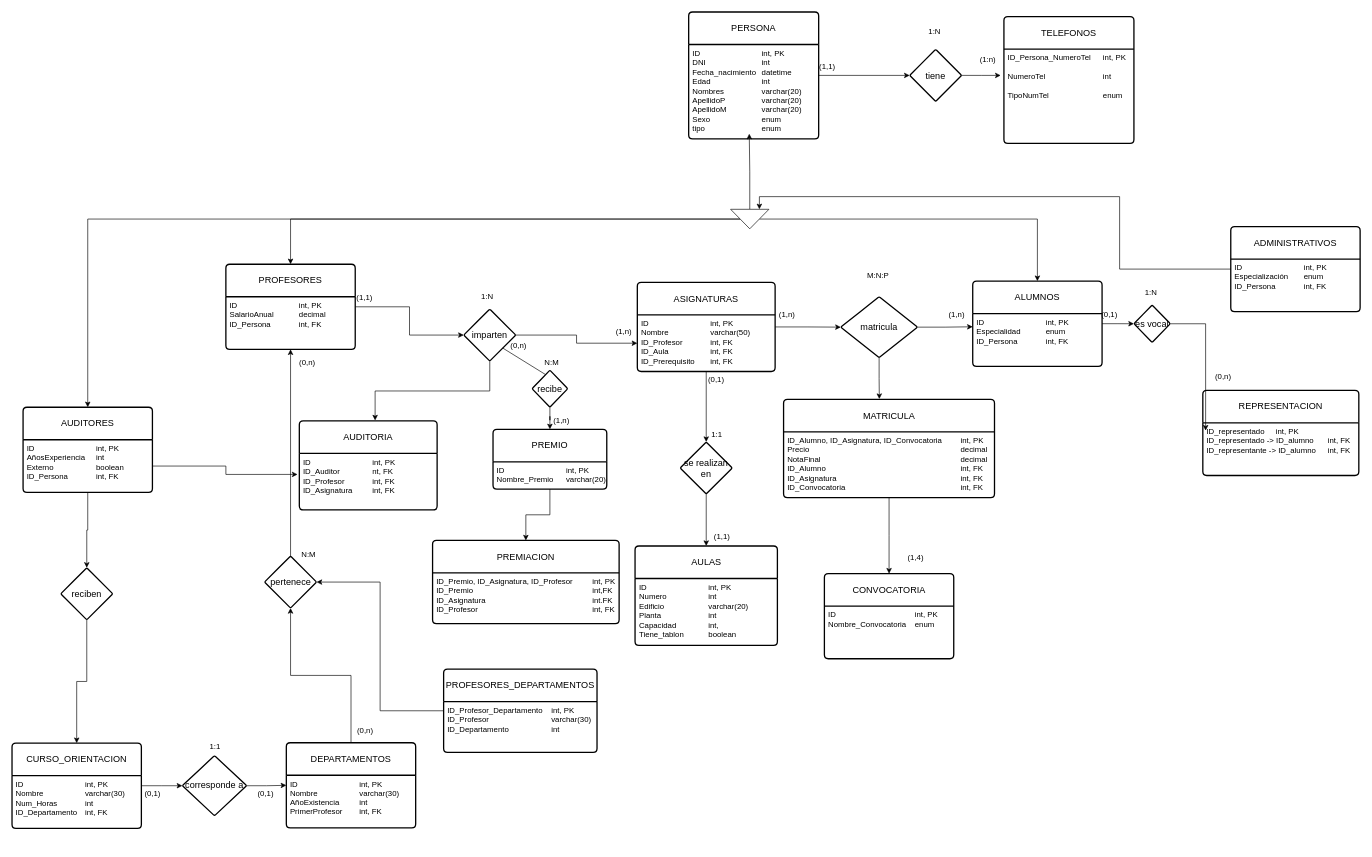
The draw.io diagram ModeloRelacional-Proyecto1.drawio in carlospomadev/Base_de_datos, before the edit. Source tidied: cells renumbered, new cells numbered last; positions are measured from the earlier drawing's top-left corner, leaving out a move shared by most shapes. Both pictures are drawn from the tidied source at 65%, with x=0, y=0 at pixel (12, 12).
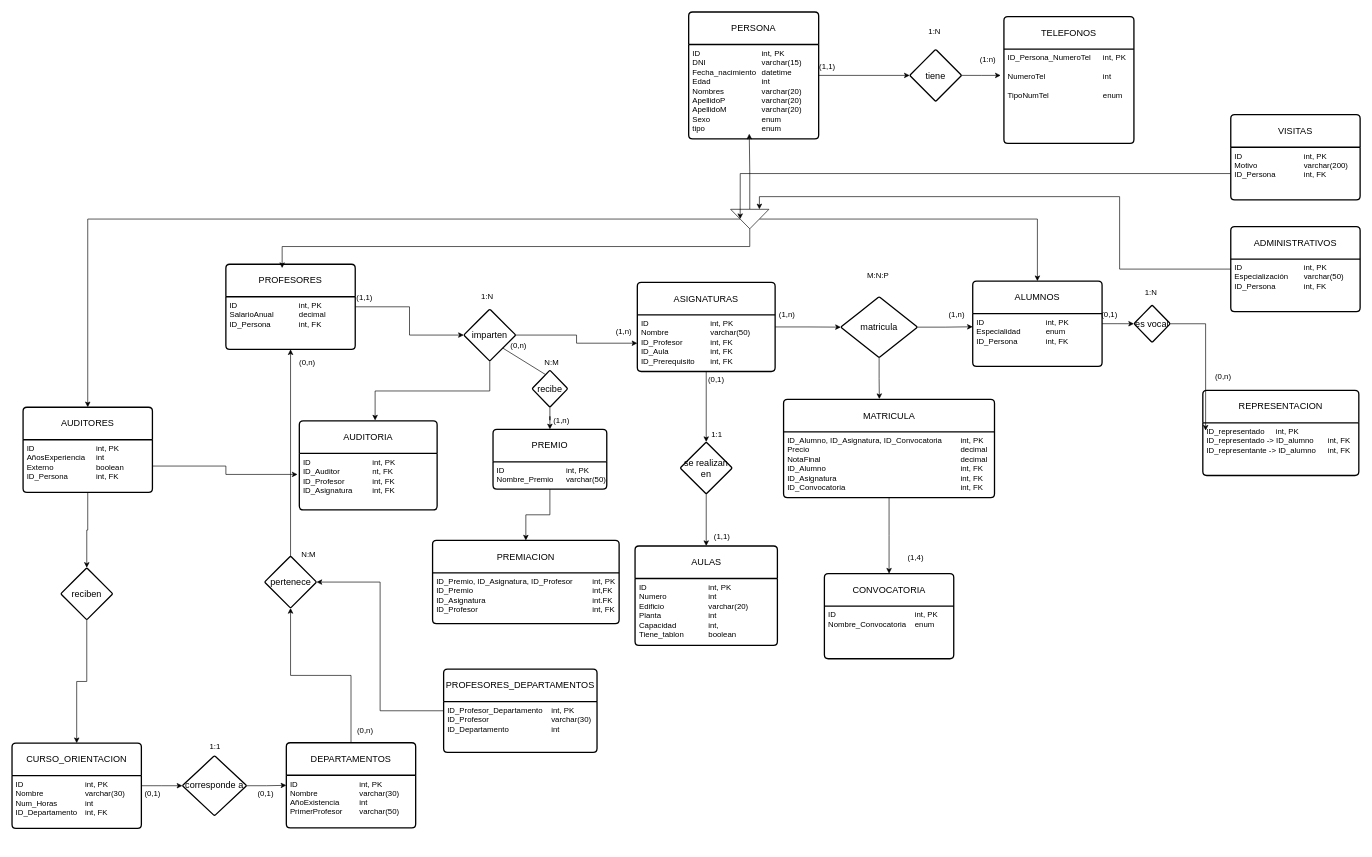
Above is the later version.

The change refers to these unchanged cells:
```xml
<mxCell id="3" value="PERSONA" style="swimlane;horizontal=1;startSize=50;rounded=1;fontSize=14;fontStyle=0;strokeWidth=2;shadow=0;dashed=0;align=center;arcSize=4;whiteSpace=wrap;html=1;" parent="1" vertex="1">
  <mxGeometry x="1041" width="200" height="195" as="geometry" />
</mxCell>
<mxCell id="19" style="triangle;whiteSpace=wrap;html=1;rotation=90;" parent="1" vertex="1">
  <mxGeometry x="1120" y="289" width="30" height="59" as="geometry" />
</mxCell>
<mxCell id="21" value="PROFESORES" style="swimlane;horizontal=1;startSize=50;rounded=1;fontSize=14;fontStyle=0;strokeWidth=2;shadow=0;dashed=0;align=center;arcSize=4;whiteSpace=wrap;html=1;" parent="1" vertex="1">
  <mxGeometry x="329" y="388" width="199" height="131" as="geometry" />
</mxCell>
<mxCell id="27" value="ADMINISTRATIVOS" style="swimlane;horizontal=1;startSize=50;rounded=1;fontSize=14;fontStyle=0;strokeWidth=2;shadow=0;dashed=0;align=center;arcSize=4;whiteSpace=wrap;html=1;" parent="1" vertex="1">
  <mxGeometry x="1875" y="330" width="199" height="131" as="geometry" />
</mxCell>
<mxCell id="35" value="DEPARTAMENTOS" style="swimlane;horizontal=1;startSize=50;rounded=1;fontSize=14;fontStyle=0;strokeWidth=2;shadow=0;dashed=0;align=center;arcSize=4;whiteSpace=wrap;html=1;" parent="1" vertex="1">
  <mxGeometry x="422" y="1124.2" width="199" height="131" as="geometry" />
</mxCell>
<mxCell id="88" value="PREMIO" style="swimlane;horizontal=1;startSize=50;rounded=1;fontSize=14;fontStyle=0;strokeWidth=2;shadow=0;dashed=0;align=center;arcSize=4;whiteSpace=wrap;html=1;" parent="1" vertex="1">
  <mxGeometry x="740" y="642" width="175" height="92" as="geometry" />
</mxCell>
```

The edit, as a diff of the source:
```diff
@@
-    <mxCell id="4" value="ID&lt;span style=&quot;white-space: pre;&quot;&gt;&#9;&lt;/span&gt;&lt;span style=&quot;white-space: pre;&quot;&gt;&#9;&lt;/span&gt;&lt;span style=&quot;white-space: pre;&quot;&gt;&#9;&lt;/span&gt;&lt;span style=&quot;white-space: pre;&quot;&gt;&#9;&lt;/span&gt;int, PK&lt;div&gt;DNI&lt;span style=&quot;white-space: pre;&quot;&gt;&#9;&lt;/span&gt;&lt;span style=&quot;white-space: pre;&quot;&gt;&#9;&lt;/span&gt;&lt;span style=&quot;white-space: pre;&quot;&gt;&#9;&lt;/span&gt;&lt;span style=&quot;white-space: pre;&quot;&gt;&#9;&lt;/span&gt;int&lt;/div&gt;&lt;div&gt;Fecha_nacimiento&lt;span style=&quot;white-space: pre;&quot;&gt;&#9;&lt;/span&gt;datetime&lt;/div&gt;&lt;div&gt;Edad&lt;span style=&quot;white-space: pre;&quot;&gt;&#9;&lt;/span&gt;&lt;span style=&quot;white-space: pre;&quot;&gt;&#9;&lt;/span&gt;&lt;span style=&quot;white-space: pre;&quot;&gt;&#9;&lt;/span&gt;int&lt;/div&gt;&lt;div&gt;Nombres&lt;span style=&quot;white-space: pre;&quot;&gt;&#9;&lt;/span&gt;&lt;span style=&quot;white-space: pre;&quot;&gt;&#9;&lt;/span&gt;&lt;span style=&quot;white-space: pre;&quot;&gt;&#9;&lt;/span&gt;varchar(20)&lt;/div&gt;&lt;div&gt;ApellidoP&lt;span style=&quot;white-space: pre;&quot;&gt;&#9;&lt;/span&gt;&lt;span style=&quot;white-space: pre;&quot;&gt;&#9;&lt;/span&gt;&lt;span style=&quot;white-space: pre;&quot;&gt;&#9;&lt;/span&gt;varchar(20)&lt;/div&gt;&lt;div&gt;ApellidoM&lt;span style=&quot;white-space: pre;&quot;&gt;&#9;&lt;/span&gt;&lt;span style=&quot;white-space: pre;&quot;&gt;&#9;&lt;/span&gt;varchar(20)&lt;/div&gt;&lt;div&gt;Sexo&lt;span style=&quot;white-space: pre;&quot;&gt;&#9;&lt;/span&gt;&lt;span style=&quot;white-space: pre;&quot;&gt;&#9;&lt;/span&gt;&lt;span style=&quot;white-space: pre;&quot;&gt;&#9;&lt;/span&gt;enum&lt;/div&gt;&lt;div&gt;tipo&lt;span style=&quot;white-space: pre;&quot;&gt;&#9;&lt;/span&gt;&lt;span style=&quot;white-space: pre;&quot;&gt;&#9;&lt;/span&gt;&lt;span style=&quot;white-space: pre;&quot;&gt;&#9;&lt;/span&gt;&lt;span style=&quot;white-space: pre;&quot;&gt;&#9;&lt;/span&gt;enum&lt;/div&gt;&lt;div&gt;&lt;br&gt;&lt;/div&gt;&lt;div&gt;&lt;br&gt;&lt;/div&gt;&lt;div&gt;&lt;br&gt;&lt;/div&gt;" style="align=left;strokeColor=none;fillColor=none;spacingLeft=4;spacingRight=4;fontSize=12;verticalAlign=top;html=1;whiteSpace=wrap;" parent="3" vertex="1">
+    <mxCell id="4" value="ID&lt;span style=&quot;white-space: pre;&quot;&gt;&#9;&lt;/span&gt;&lt;span style=&quot;white-space: pre;&quot;&gt;&#9;&lt;/span&gt;&lt;span style=&quot;white-space: pre;&quot;&gt;&#9;&lt;/span&gt;&lt;span style=&quot;white-space: pre;&quot;&gt;&#9;&lt;/span&gt;int, PK&lt;div&gt;DNI&lt;span style=&quot;white-space: pre;&quot;&gt;&#9;&lt;/span&gt;&lt;span style=&quot;white-space: pre;&quot;&gt;&#9;&lt;/span&gt;&lt;span style=&quot;white-space: pre;&quot;&gt;&#9;&lt;/span&gt;&lt;span style=&quot;white-space: pre;&quot;&gt;&#9;&lt;/span&gt;varchar(15)&lt;/div&gt;&lt;div&gt;Fecha_nacimiento&lt;span style=&quot;white-space: pre;&quot;&gt;&#9;&lt;/span&gt;datetime&lt;/div&gt;&lt;div&gt;Edad&lt;span style=&quot;white-space: pre;&quot;&gt;&#9;&lt;/span&gt;&lt;span style=&quot;white-space: pre;&quot;&gt;&#9;&lt;/span&gt;&lt;span style=&quot;white-space: pre;&quot;&gt;&#9;&lt;/span&gt;int&lt;/div&gt;&lt;div&gt;Nombres&lt;span style=&quot;white-space: pre;&quot;&gt;&#9;&lt;/span&gt;&lt;span style=&quot;white-space: pre;&quot;&gt;&#9;&lt;/span&gt;&lt;span style=&quot;white-space: pre;&quot;&gt;&#9;&lt;/span&gt;varchar(20)&lt;/div&gt;&lt;div&gt;ApellidoP&lt;span style=&quot;white-space: pre;&quot;&gt;&#9;&lt;/span&gt;&lt;span style=&quot;white-space: pre;&quot;&gt;&#9;&lt;/span&gt;&lt;span style=&quot;white-space: pre;&quot;&gt;&#9;&lt;/span&gt;varchar(20)&lt;/div&gt;&lt;div&gt;ApellidoM&lt;span style=&quot;white-space: pre;&quot;&gt;&#9;&lt;/span&gt;&lt;span style=&quot;white-space: pre;&quot;&gt;&#9;&lt;/span&gt;varchar(20)&lt;/div&gt;&lt;div&gt;Sexo&lt;span style=&quot;white-space: pre;&quot;&gt;&#9;&lt;/span&gt;&lt;span style=&quot;white-space: pre;&quot;&gt;&#9;&lt;/span&gt;&lt;span style=&quot;white-space: pre;&quot;&gt;&#9;&lt;/span&gt;enum&lt;/div&gt;&lt;div&gt;tipo&lt;span style=&quot;white-space: pre;&quot;&gt;&#9;&lt;/span&gt;&lt;span style=&quot;white-space: pre;&quot;&gt;&#9;&lt;/span&gt;&lt;span style=&quot;white-space: pre;&quot;&gt;&#9;&lt;/span&gt;&lt;span style=&quot;white-space: pre;&quot;&gt;&#9;&lt;/span&gt;enum&lt;/div&gt;&lt;div&gt;&lt;br&gt;&lt;/div&gt;&lt;div&gt;&lt;br&gt;&lt;/div&gt;&lt;div&gt;&lt;br&gt;&lt;/div&gt;" style="align=left;strokeColor=none;fillColor=none;spacingLeft=4;spacingRight=4;fontSize=12;verticalAlign=top;html=1;whiteSpace=wrap;" parent="3" vertex="1">
       <mxGeometry y="50" width="200" height="145" as="geometry" />
     </mxCell>
@@
-    <mxCell id="16" style="edgeStyle=orthogonalEdgeStyle;rounded=0;jettySize=auto;html=1;" parent="1" edge="1" source="19" target="21">
-      <mxGeometry relative="1" as="geometry" />
-    </mxCell>
@@
-    <mxCell id="28" value="ID&lt;span style=&quot;white-space: pre;&quot;&gt;&#9;&lt;/span&gt;&lt;span style=&quot;white-space: pre;&quot;&gt;&#9;&lt;span style=&quot;white-space: pre;&quot;&gt;&#9;&lt;/span&gt;&lt;span style=&quot;white-space: pre;&quot;&gt;&#9;&lt;/span&gt;&lt;/span&gt;int, PK&lt;div&gt;Especialización&lt;span style=&quot;white-space: pre;&quot;&gt;&#9;&lt;/span&gt;enum&lt;/div&gt;&lt;div&gt;&lt;span style=&quot;background-color: transparent; color: light-dark(rgb(0, 0, 0), rgb(255, 255, 255));&quot;&gt;ID_Persona&lt;/span&gt;&lt;span style=&quot;background-color: transparent; color: light-dark(rgb(0, 0, 0), rgb(255, 255, 255)); white-space: pre;&quot;&gt;&#9;&lt;/span&gt;&lt;span style=&quot;background-color: transparent; color: light-dark(rgb(0, 0, 0), rgb(255, 255, 255)); white-space: pre;&quot;&gt;&#9;&lt;/span&gt;&lt;span style=&quot;background-color: transparent; color: light-dark(rgb(0, 0, 0), rgb(255, 255, 255));&quot;&gt;int, FK&lt;/span&gt;&lt;/div&gt;&lt;div&gt;&lt;br&gt;&lt;/div&gt;&lt;div&gt;&lt;br&gt;&lt;/div&gt;&lt;div&gt;&lt;br&gt;&lt;/div&gt;" style="align=left;strokeColor=none;fillColor=none;spacingLeft=4;spacingRight=4;fontSize=12;verticalAlign=top;html=1;whiteSpace=wrap;" parent="27" vertex="1">
+    <mxCell id="28" value="ID&lt;span style=&quot;white-space: pre;&quot;&gt;&#9;&lt;/span&gt;&lt;span style=&quot;white-space: pre;&quot;&gt;&#9;&lt;span style=&quot;white-space: pre;&quot;&gt;&#9;&lt;/span&gt;&lt;span style=&quot;white-space: pre;&quot;&gt;&#9;&lt;/span&gt;&lt;/span&gt;int, PK&lt;div&gt;Especialización&lt;span style=&quot;white-space: pre;&quot;&gt;&#9;&lt;/span&gt;varchar(50)&lt;/div&gt;&lt;div&gt;&lt;span style=&quot;background-color: transparent; color: light-dark(rgb(0, 0, 0), rgb(255, 255, 255));&quot;&gt;ID_Persona&lt;/span&gt;&lt;span style=&quot;background-color: transparent; color: light-dark(rgb(0, 0, 0), rgb(255, 255, 255)); white-space: pre;&quot;&gt;&#9;&lt;/span&gt;&lt;span style=&quot;background-color: transparent; color: light-dark(rgb(0, 0, 0), rgb(255, 255, 255)); white-space: pre;&quot;&gt;&#9;&lt;/span&gt;&lt;span style=&quot;background-color: transparent; color: light-dark(rgb(0, 0, 0), rgb(255, 255, 255));&quot;&gt;int, FK&lt;/span&gt;&lt;/div&gt;&lt;div&gt;&lt;br&gt;&lt;/div&gt;&lt;div&gt;&lt;br&gt;&lt;/div&gt;&lt;div&gt;&lt;br&gt;&lt;/div&gt;" style="align=left;strokeColor=none;fillColor=none;spacingLeft=4;spacingRight=4;fontSize=12;verticalAlign=top;html=1;whiteSpace=wrap;" parent="27" vertex="1">
       <mxGeometry y="50" width="199" height="81" as="geometry" />
     </mxCell>
@@
-    <mxCell id="36" value="ID&lt;span style=&quot;white-space: pre;&quot;&gt;&#9;&lt;/span&gt;&lt;span style=&quot;white-space: pre;&quot;&gt;&#9;&lt;span style=&quot;white-space: pre;&quot;&gt;&#9;&lt;/span&gt;&lt;span style=&quot;white-space: pre;&quot;&gt;&#9;&lt;/span&gt;&lt;/span&gt;int, PK&lt;div&gt;Nombre&lt;span style=&quot;white-space: pre;&quot;&gt;&#9;&lt;/span&gt;&lt;span style=&quot;white-space: pre;&quot;&gt;&#9;&lt;/span&gt;&lt;span style=&quot;white-space: pre;&quot;&gt;&#9;&lt;/span&gt;varchar(30)&lt;/div&gt;&lt;div&gt;AñoExistencia&lt;span style=&quot;white-space: pre;&quot;&gt;&#9;&lt;/span&gt;&lt;span style=&quot;white-space: pre;&quot;&gt;&#9;&lt;/span&gt;int&lt;/div&gt;&lt;div&gt;PrimerProfesor&lt;span style=&quot;white-space: pre;&quot;&gt;&#9;&lt;/span&gt;int, FK&lt;/div&gt;&lt;div&gt;&lt;br&gt;&lt;/div&gt;&lt;div&gt;&lt;br&gt;&lt;/div&gt;&lt;div&gt;&lt;br&gt;&lt;/div&gt;" style="align=left;strokeColor=none;fillColor=none;spacingLeft=4;spacingRight=4;fontSize=12;verticalAlign=top;html=1;whiteSpace=wrap;" parent="35" vertex="1">
+    <mxCell id="36" value="ID&lt;span style=&quot;white-space: pre;&quot;&gt;&#9;&lt;/span&gt;&lt;span style=&quot;white-space: pre;&quot;&gt;&#9;&lt;span style=&quot;white-space: pre;&quot;&gt;&#9;&lt;/span&gt;&lt;span style=&quot;white-space: pre;&quot;&gt;&#9;&lt;/span&gt;&lt;/span&gt;int, PK&lt;div&gt;Nombre&lt;span style=&quot;white-space: pre;&quot;&gt;&#9;&lt;/span&gt;&lt;span style=&quot;white-space: pre;&quot;&gt;&#9;&lt;/span&gt;&lt;span style=&quot;white-space: pre;&quot;&gt;&#9;&lt;/span&gt;varchar(30)&lt;/div&gt;&lt;div&gt;AñoExistencia&lt;span style=&quot;white-space: pre;&quot;&gt;&#9;&lt;/span&gt;&lt;span style=&quot;white-space: pre;&quot;&gt;&#9;&lt;/span&gt;int&lt;/div&gt;&lt;div&gt;PrimerProfesor&lt;span style=&quot;white-space: pre;&quot;&gt;&#9;&lt;/span&gt;varchar(50)&lt;/div&gt;&lt;div&gt;&lt;br&gt;&lt;/div&gt;&lt;div&gt;&lt;br&gt;&lt;/div&gt;&lt;div&gt;&lt;br&gt;&lt;/div&gt;" style="align=left;strokeColor=none;fillColor=none;spacingLeft=4;spacingRight=4;fontSize=12;verticalAlign=top;html=1;whiteSpace=wrap;" parent="35" vertex="1">
       <mxGeometry y="50" width="199" height="81" as="geometry" />
     </mxCell>
@@
-    <mxCell id="89" value="ID&lt;span style=&quot;white-space: pre;&quot;&gt;&#9;&lt;/span&gt;&lt;span style=&quot;white-space: pre;&quot;&gt;&#9;&lt;span style=&quot;white-space: pre;&quot;&gt;&#9;&lt;/span&gt;&lt;span style=&quot;white-space: pre;&quot;&gt;&#9;&lt;/span&gt;&lt;/span&gt;int, PK&lt;div&gt;Nombre_Premio&lt;span style=&quot;white-space: pre;&quot;&gt;&#9;&lt;/span&gt;varchar(20)&lt;/div&gt;&lt;div&gt;&lt;br&gt;&lt;/div&gt;" style="align=left;strokeColor=none;fillColor=none;spacingLeft=4;spacingRight=4;fontSize=12;verticalAlign=top;html=1;whiteSpace=wrap;" parent="88" vertex="1">
+    <mxCell id="89" value="ID&lt;span style=&quot;white-space: pre;&quot;&gt;&#9;&lt;/span&gt;&lt;span style=&quot;white-space: pre;&quot;&gt;&#9;&lt;span style=&quot;white-space: pre;&quot;&gt;&#9;&lt;/span&gt;&lt;span style=&quot;white-space: pre;&quot;&gt;&#9;&lt;/span&gt;&lt;/span&gt;int, PK&lt;div&gt;Nombre_Premio&lt;span style=&quot;white-space: pre;&quot;&gt;&#9;&lt;/span&gt;varchar(50)&lt;/div&gt;&lt;div&gt;&lt;br&gt;&lt;/div&gt;" style="align=left;strokeColor=none;fillColor=none;spacingLeft=4;spacingRight=4;fontSize=12;verticalAlign=top;html=1;whiteSpace=wrap;" parent="88" vertex="1">
       <mxGeometry y="50" width="175" height="42" as="geometry" />
     </mxCell>
@@
+    <mxCell id="16" style="edgeStyle=orthogonalEdgeStyle;rounded=0;jettySize=auto;html=1;exitX=1;exitY=0.5;exitDx=0;exitDy=0;entryX=0.435;entryY=0.045;entryDx=0;entryDy=0;entryPerimeter=0;" parent="1" edge="1" source="19" target="21">
+      <mxGeometry relative="1" as="geometry" />
+    </mxCell>
+    <mxCell id="100" value="VISITAS" style="swimlane;horizontal=1;startSize=50;rounded=1;fontSize=14;fontStyle=0;strokeWidth=2;shadow=0;dashed=0;align=center;arcSize=4;whiteSpace=wrap;html=1;" parent="1" vertex="1">
+      <mxGeometry x="1875" y="158" width="199" height="131" as="geometry" />
+    </mxCell>
+    <mxCell id="101" value="ID&lt;span style=&quot;white-space: pre;&quot;&gt;&#9;&lt;/span&gt;&lt;span style=&quot;white-space: pre;&quot;&gt;&#9;&lt;span style=&quot;white-space: pre;&quot;&gt;&#9;&lt;/span&gt;&lt;span style=&quot;white-space: pre;&quot;&gt;&#9;&lt;/span&gt;&lt;/span&gt;int, PK&lt;div&gt;Motivo&lt;span style=&quot;white-space: pre;&quot;&gt;&#9;&lt;/span&gt;&lt;span style=&quot;white-space: pre;&quot;&gt;&#9;&lt;/span&gt;&lt;span style=&quot;white-space: pre;&quot;&gt;&#9;&lt;/span&gt;varchar(200)&lt;/div&gt;&lt;div&gt;&lt;span style=&quot;background-color: transparent; color: light-dark(rgb(0, 0, 0), rgb(255, 255, 255));&quot;&gt;ID_Persona&lt;/span&gt;&lt;span style=&quot;background-color: transparent; color: light-dark(rgb(0, 0, 0), rgb(255, 255, 255)); white-space: pre;&quot;&gt;&#9;&lt;/span&gt;&lt;span style=&quot;background-color: transparent; color: light-dark(rgb(0, 0, 0), rgb(255, 255, 255)); white-space: pre;&quot;&gt;&#9;&lt;/span&gt;&lt;span style=&quot;background-color: transparent; color: light-dark(rgb(0, 0, 0), rgb(255, 255, 255));&quot;&gt;int, FK&lt;/span&gt;&lt;/div&gt;&lt;div&gt;&lt;br&gt;&lt;/div&gt;&lt;div&gt;&lt;br&gt;&lt;/div&gt;&lt;div&gt;&lt;br&gt;&lt;/div&gt;" style="align=left;strokeColor=none;fillColor=none;spacingLeft=4;spacingRight=4;fontSize=12;verticalAlign=top;html=1;whiteSpace=wrap;" parent="100" vertex="1">
+      <mxGeometry y="50" width="199" height="81" as="geometry" />
+    </mxCell>
+    <mxCell id="102" style="edgeStyle=orthogonalEdgeStyle;rounded=0;jettySize=auto;html=1;entryX=0.5;entryY=1;entryDx=0;entryDy=0;" parent="1" edge="1" source="101" target="19">
+      <mxGeometry relative="1" as="geometry" />
+    </mxCell>
```
